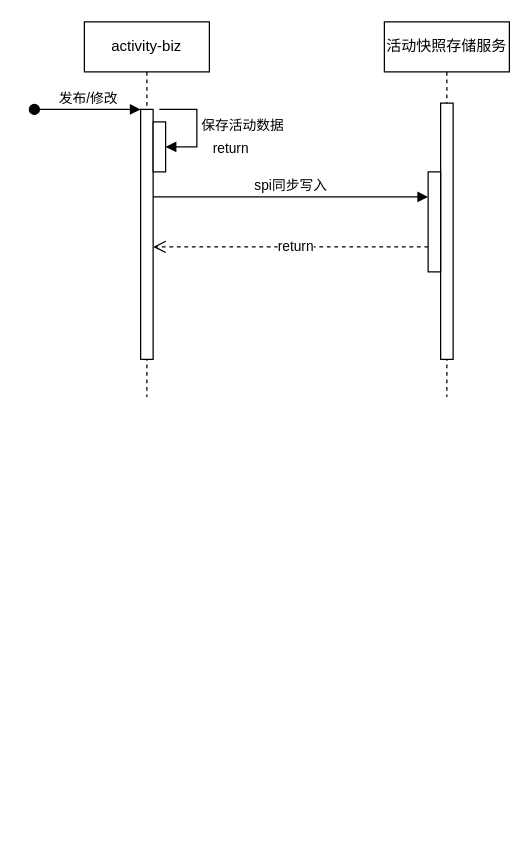
Earlier version of the draw.io diagram 活动快照日志时序.drawio (Luffybaga/draw). Source tidied: cells renumbered, new cells numbered last; positions are measured from the earlier drawing's top-left corner, leaving out a move shared by most shapes. Both pictures are drawn from the tidied source at 125%, with x=0, y=0 at pixel (34, 21).
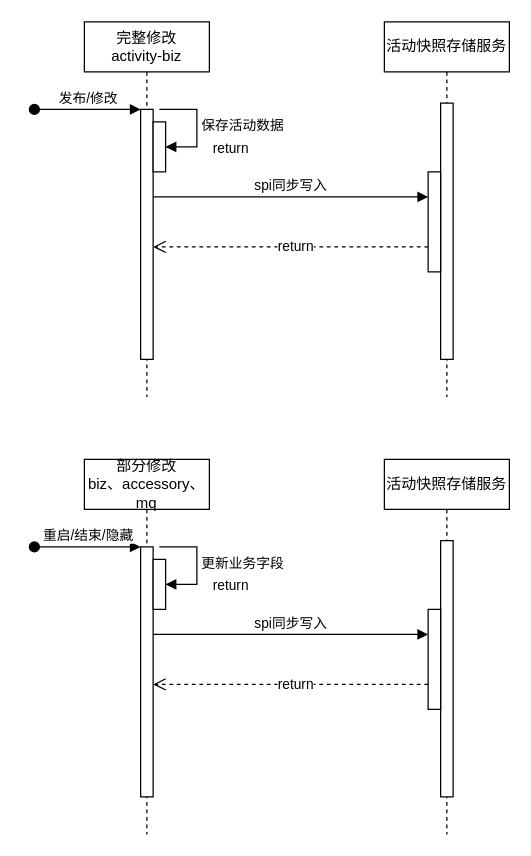
Above is the later version.

Commit message (it also covers changes not shown here):
更新活动快照日志时序.drawio

Diff of the diagram source:
```diff
@@
-    <mxCell id="2" value="activity-biz" style="shape=umlLifeline;perimeter=lifelinePerimeter;whiteSpace=wrap;html=1;newEdgeStyle={&quot;edgeStyle&quot;:&quot;elbowEdgeStyle&quot;,&quot;elbow&quot;:&quot;vertical&quot;,&quot;curved&quot;:0,&quot;rounded&quot;:0};" parent="1" vertex="1">
+    <mxCell id="2" value="完整修改&lt;br&gt;activity-biz" style="shape=umlLifeline;perimeter=lifelinePerimeter;whiteSpace=wrap;html=1;newEdgeStyle={&quot;edgeStyle&quot;:&quot;elbowEdgeStyle&quot;,&quot;elbow&quot;:&quot;vertical&quot;,&quot;curved&quot;:0,&quot;rounded&quot;:0};" parent="1" vertex="1">
       <mxGeometry x="40" width="100" height="300" as="geometry" />
     </mxCell>
@@
+    <mxCell id="13" value="部分修改&lt;br&gt;biz、accessory、mq" style="shape=umlLifeline;perimeter=lifelinePerimeter;whiteSpace=wrap;html=1;newEdgeStyle={&quot;edgeStyle&quot;:&quot;elbowEdgeStyle&quot;,&quot;elbow&quot;:&quot;vertical&quot;,&quot;curved&quot;:0,&quot;rounded&quot;:0};" parent="1" vertex="1">
+      <mxGeometry x="40" y="350" width="100" height="300" as="geometry" />
+    </mxCell>
+    <mxCell id="14" style="html=1;points=[];perimeter=orthogonalPerimeter;outlineConnect=0;targetShapes=umlLifeline;portConstraint=eastwest;newEdgeStyle={&quot;edgeStyle&quot;:&quot;elbowEdgeStyle&quot;,&quot;elbow&quot;:&quot;vertical&quot;,&quot;curved&quot;:0,&quot;rounded&quot;:0};" parent="13" vertex="1">
+      <mxGeometry x="45" y="70" width="10" height="200" as="geometry" />
+    </mxCell>
+    <mxCell id="15" value="重启/结束/隐藏" style="html=1;verticalAlign=bottom;startArrow=oval;endArrow=block;startSize=8;edgeStyle=elbowEdgeStyle;elbow=vertical;curved=0;rounded=0;" parent="13" edge="1" target="14">
+      <mxGeometry x="0.01" relative="1" as="geometry">
+        <mxPoint x="-40" y="70" as="sourcePoint" />
+      </mxGeometry>
+    </mxCell>
+    <mxCell id="16" style="html=1;points=[];perimeter=orthogonalPerimeter;outlineConnect=0;targetShapes=umlLifeline;portConstraint=eastwest;newEdgeStyle={&quot;edgeStyle&quot;:&quot;elbowEdgeStyle&quot;,&quot;elbow&quot;:&quot;vertical&quot;,&quot;curved&quot;:0,&quot;rounded&quot;:0};" parent="13" vertex="1">
+      <mxGeometry x="55" y="80" width="10" height="40" as="geometry" />
+    </mxCell>
+    <mxCell id="17" value="更新业务字段" style="html=1;align=left;spacingLeft=2;endArrow=block;rounded=0;edgeStyle=orthogonalEdgeStyle;curved=0;rounded=0;" parent="13" edge="1" target="16">
+      <mxGeometry relative="1" as="geometry">
+        <mxPoint x="60" y="70" as="sourcePoint" />
+        <Array as="points">
+          <mxPoint x="90" y="100" />
+        </Array>
+      </mxGeometry>
+    </mxCell>
+    <mxCell id="18" value="活动快照存储服务" style="shape=umlLifeline;perimeter=lifelinePerimeter;whiteSpace=wrap;html=1;newEdgeStyle={&quot;edgeStyle&quot;:&quot;elbowEdgeStyle&quot;,&quot;elbow&quot;:&quot;vertical&quot;,&quot;curved&quot;:0,&quot;rounded&quot;:0};" parent="1" vertex="1">
+      <mxGeometry x="280" y="350" width="100" height="300" as="geometry" />
+    </mxCell>
+    <mxCell id="19" style="html=1;perimeter=orthogonalPerimeter;targetShapes=umlLifeline;newEdgeStyle={&quot;edgeStyle&quot;:&quot;elbowEdgeStyle&quot;,&quot;elbow&quot;:&quot;vertical&quot;,&quot;curved&quot;:0,&quot;rounded&quot;:0};" parent="18" vertex="1">
+      <mxGeometry x="45" y="65" width="10" height="205" as="geometry" />
+    </mxCell>
+    <mxCell id="20" style="html=1;points=[];perimeter=orthogonalPerimeter;outlineConnect=0;targetShapes=umlLifeline;portConstraint=eastwest;newEdgeStyle={&quot;edgeStyle&quot;:&quot;elbowEdgeStyle&quot;,&quot;elbow&quot;:&quot;vertical&quot;,&quot;curved&quot;:0,&quot;rounded&quot;:0};" parent="18" vertex="1">
+      <mxGeometry x="35" y="120" width="10" height="80" as="geometry" />
+    </mxCell>
+    <mxCell id="21" value="spi同步写入" style="html=1;verticalAlign=bottom;endArrow=block;edgeStyle=elbowEdgeStyle;elbow=vertical;curved=0;rounded=0;" parent="1" edge="1" source="14" target="20">
+      <mxGeometry relative="1" as="geometry">
+        <Array as="points">
+          <mxPoint x="300" y="490" />
+        </Array>
+      </mxGeometry>
+    </mxCell>
+    <mxCell id="22" value="return" style="html=1;verticalAlign=bottom;endArrow=open;dashed=1;endSize=8;edgeStyle=elbowEdgeStyle;elbow=vertical;curved=0;rounded=0;" parent="1" edge="1" source="20" target="14">
+      <mxGeometry x="0.44" y="-70" relative="1" as="geometry">
+        <Array as="points">
+          <mxPoint x="260" y="530" />
+          <mxPoint x="290" y="600" />
+        </Array>
+      </mxGeometry>
+    </mxCell>
+    <mxCell id="23" value="return" style="edgeLabel;html=1;align=center;verticalAlign=middle;" parent="22" vertex="1">
+      <mxGeometry x="-0.03" y="-1" relative="1" as="geometry" />
+    </mxCell>
```
